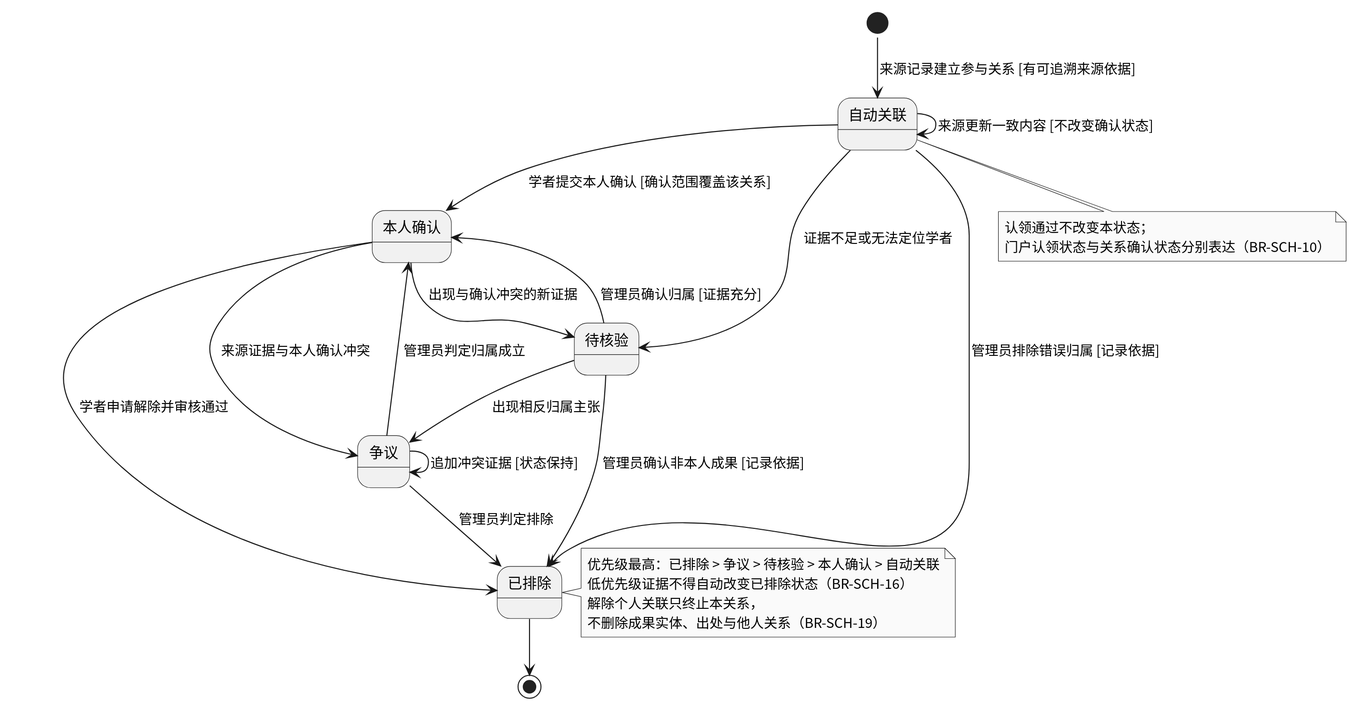
Before: docs/uml/governance/generated/scholar-achievement-relation-state.svg, a diagram exported from PlantUML (CognitaNexus/CognitaNexus).
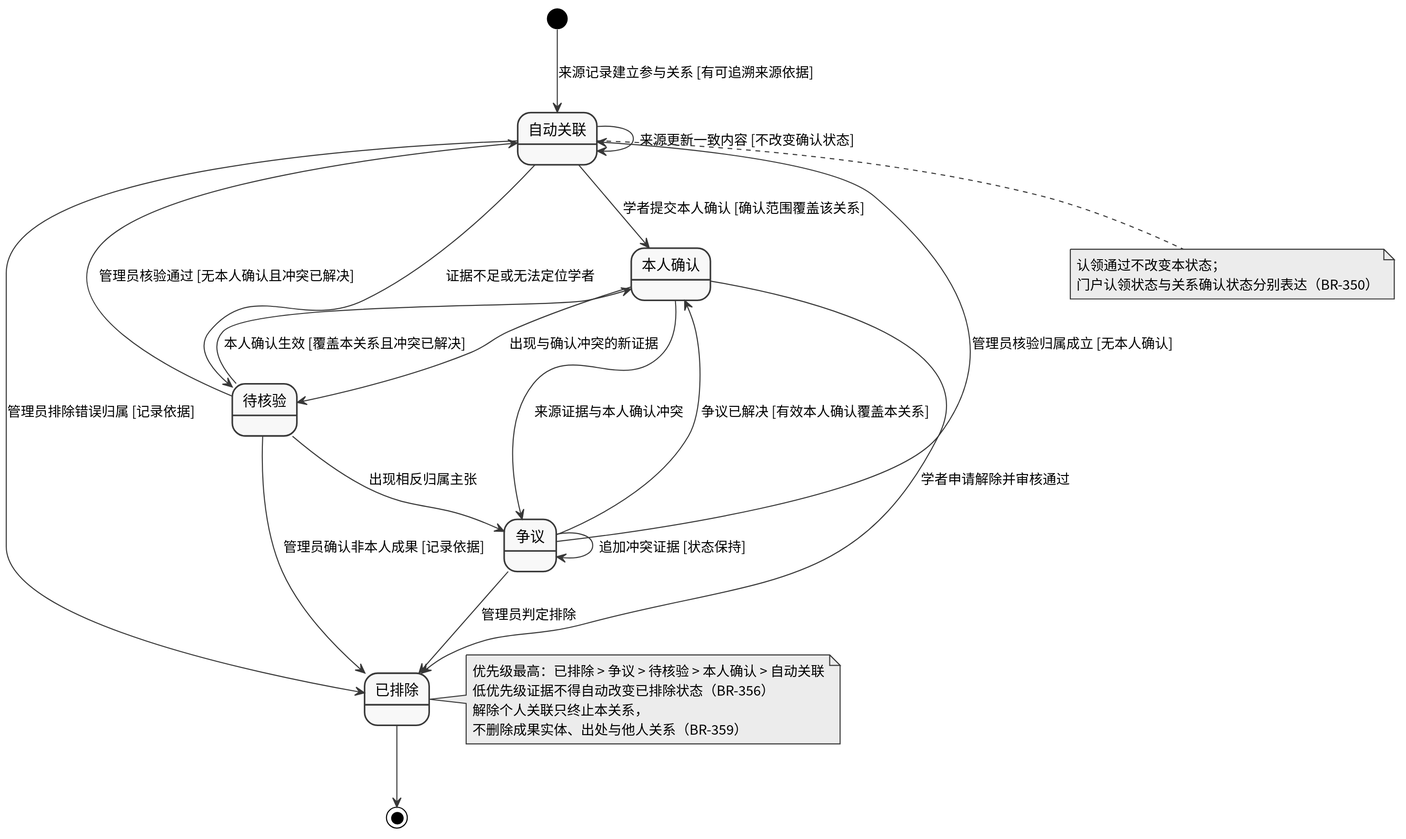
Above is the later version.

What changed in the source:
```diff
@@ -13,7 +13,8 @@
 自动关联 --> 已排除 : 管理员排除错误归属 [记录依据]
 自动关联 --> 自动关联 : 来源更新一致内容 [不改变确认状态]
 
-待核验 --> 本人确认 : 管理员确认归属 [证据充分]
+待核验 --> 自动关联 : 管理员核验通过 [无本人确认且冲突已解决]
+待核验 --> 本人确认 : 本人确认生效 [覆盖本关系且冲突已解决]
 待核验 --> 已排除 : 管理员确认非本人成果 [记录依据]
 待核验 --> 争议 : 出现相反归属主张
 
@@ -22,20 +23,21 @@
 本人确认 --> 争议 : 来源证据与本人确认冲突
 
 争议 --> 已排除 : 管理员判定排除
-争议 --> 本人确认 : 管理员判定归属成立
+争议 --> 自动关联 : 管理员核验归属成立 [无本人确认]
+争议 --> 本人确认 : 争议已解决 [有效本人确认覆盖本关系]
 争议 --> 争议 : 追加冲突证据 [状态保持]
 
 已排除 --> [*]
 
 note right of 已排除
   优先级最高：已排除 > 争议 > 待核验 > 本人确认 > 自动关联
-  低优先级证据不得自动改变已排除状态（BR-SCH-16）
+  低优先级证据不得自动改变已排除状态（BR-356）
   解除个人关联只终止本关系，
-  不删除成果实体、出处与他人关系（BR-SCH-19）
+  不删除成果实体、出处与他人关系（BR-359）
 end note
 
 note bottom of 自动关联
   认领通过不改变本状态；
-  门户认领状态与关系确认状态分别表达（BR-SCH-10）
+  门户认领状态与关系确认状态分别表达（BR-350）
 end note
 @enduml
```
